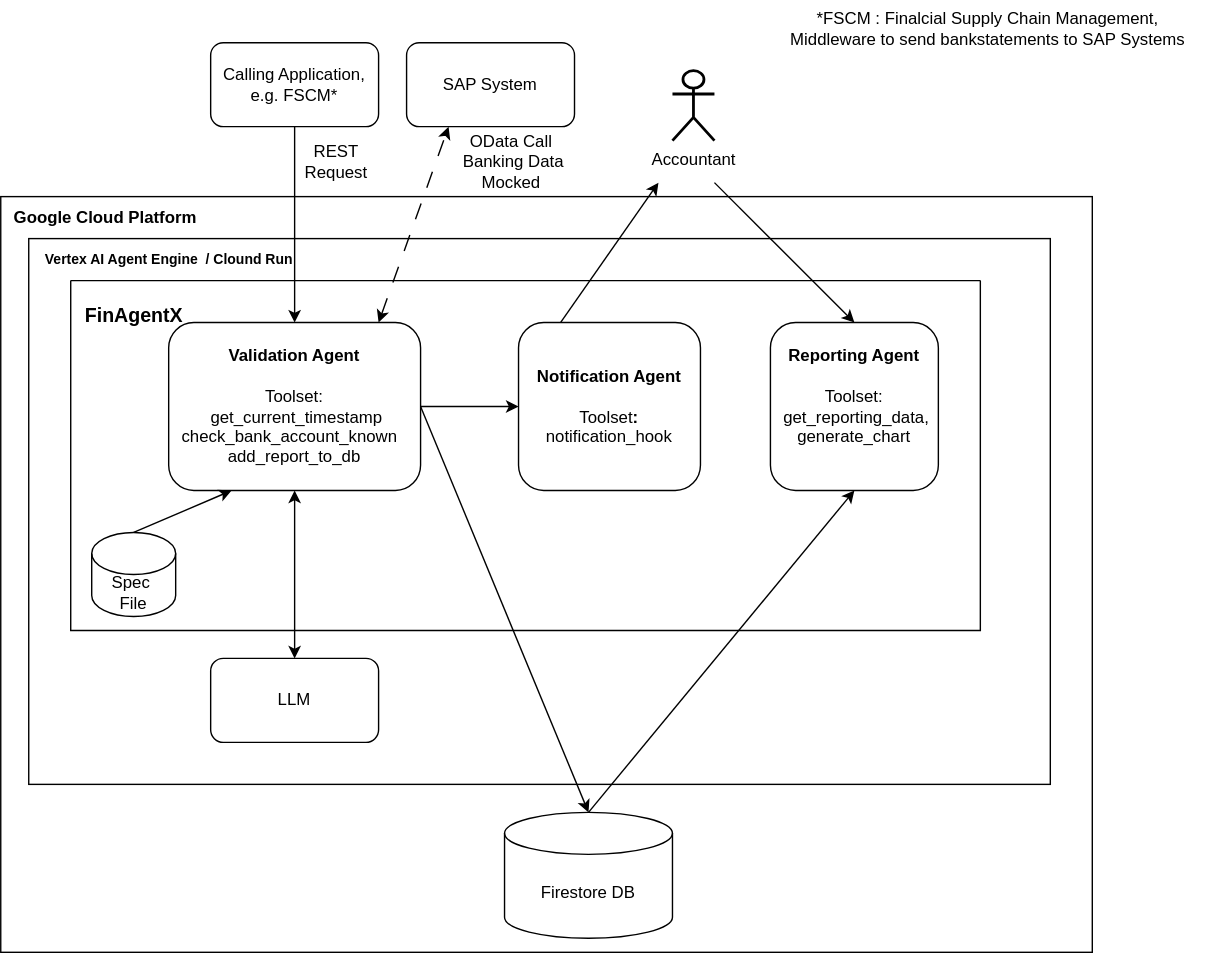
Above: Files/BlockDiagram_vertex.svg in SampathkumarSubramaniam/FinAgentX (draw.io), before the change. Source tidied: cells renumbered, new cells last; positions are measured from the earlier drawing's top-left corner, leaving out a move shared by most shapes.
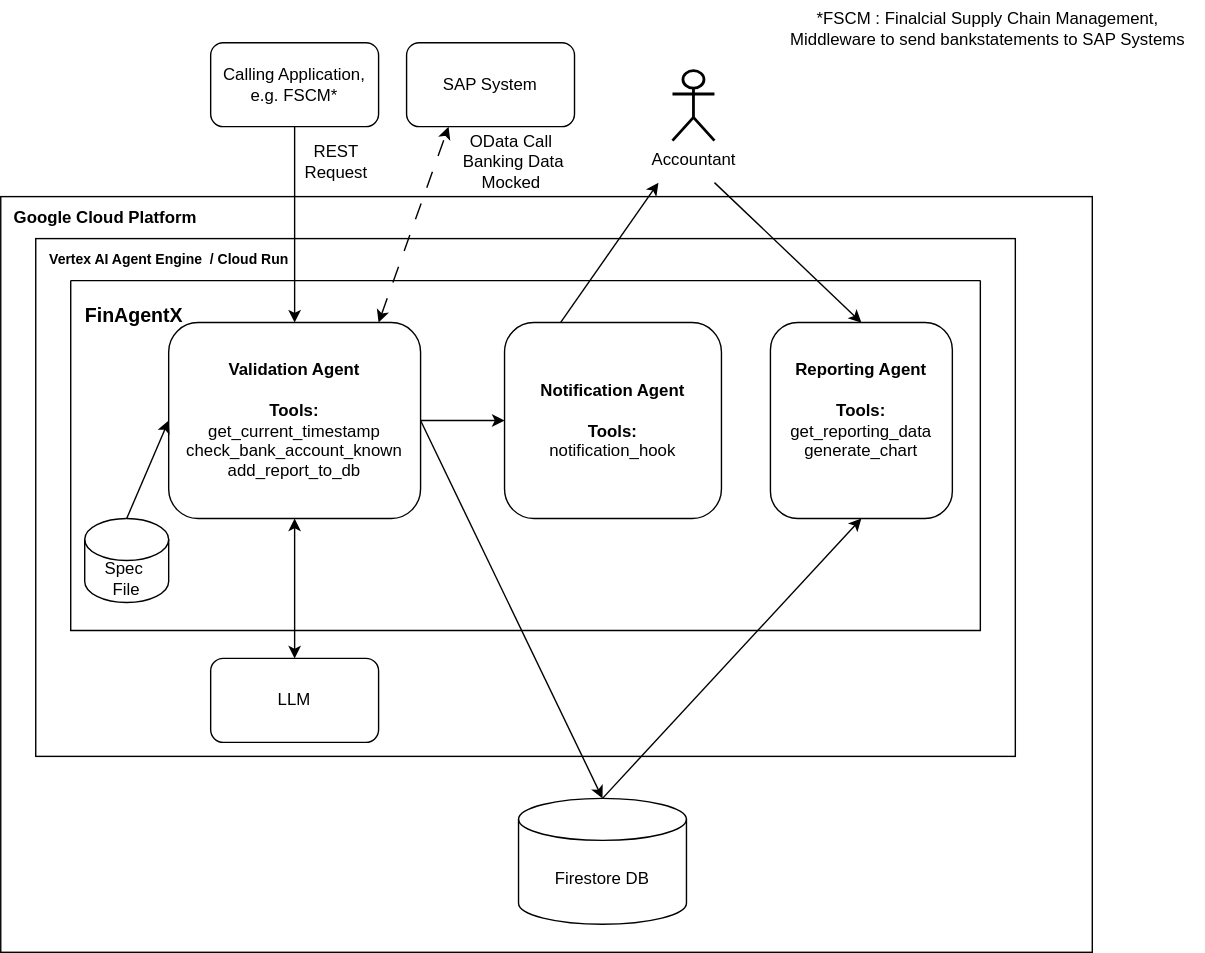
Later version of the same file.

The edit, as a diff of the source:
```diff
@@ -5,14 +5,14 @@
     <mxCell id="2" style="rounded=0;whiteSpace=wrap;html=1;" parent="1" vertex="1">
       <mxGeometry y="140" width="780" height="540" as="geometry" />
     </mxCell>
-    <mxCell id="3" style="rounded=0;whiteSpace=wrap;html=1;" parent="1" vertex="1">
-      <mxGeometry x="20" y="170" width="730" height="390" as="geometry" />
-    </mxCell>
+    <mxCell id="29" style="rounded=0;whiteSpace=wrap;html=1;" parent="1" vertex="1">
+      <mxGeometry x="25" y="170" width="700" height="370" as="geometry" />
+    </mxCell>
     <mxCell id="4" value="Calling Application, e.g. FSCM*" style="rounded=1;whiteSpace=wrap;html=1;" parent="1" vertex="1">
       <mxGeometry x="150" y="30" width="120" height="60" as="geometry" />
     </mxCell>
-    <mxCell id="5" value="&lt;b&gt;Validation Agent&lt;/b&gt;&lt;div&gt;&lt;br&gt;&lt;/div&gt;&lt;div&gt;Toolset:&lt;/div&gt;&lt;div&gt;&lt;span&gt;&amp;nbsp;get_current_timestamp&lt;/span&gt;&lt;br&gt;&lt;/div&gt;&lt;div&gt;&lt;span&gt;&lt;span&gt;check_bank_account_known&amp;nbsp;&amp;nbsp;&lt;/span&gt;&lt;/span&gt;&lt;/div&gt;&lt;div&gt;&lt;span style=&quot;background-color: initial;&quot;&gt;add_report_to_db&lt;/span&gt;&lt;/div&gt;&lt;div&gt;&lt;span&gt;&lt;span&gt;&lt;i style=&quot;height: 1px; width: 1px; opacity: 0.001;&quot;&gt;&lt;/i&gt;&lt;/span&gt;&lt;/span&gt;&lt;/div&gt;" style="rounded=1;whiteSpace=wrap;html=1;" parent="1" vertex="1">
-      <mxGeometry x="120" y="230" width="180" height="120" as="geometry" />
+    <mxCell id="5" value="&lt;b&gt;Validation Agent&lt;/b&gt;&lt;div&gt;&lt;b&gt;&lt;br&gt;&lt;/b&gt;&lt;/div&gt;&lt;div&gt;&lt;b&gt;Tools:&lt;/b&gt;&lt;/div&gt;&lt;div&gt;&lt;span&gt;get_current_timestamp&lt;/span&gt;&lt;b&gt;&lt;br&gt;&lt;/b&gt;&lt;/div&gt;&lt;div&gt;&lt;span&gt;check_bank_account_known&lt;/span&gt;&lt;br&gt;&lt;/div&gt;&lt;div&gt;&lt;span&gt;&lt;span&gt;add_report_to_db&lt;/span&gt;&lt;br&gt;&lt;/span&gt;&lt;/div&gt;" style="rounded=1;whiteSpace=wrap;html=1;" parent="1" vertex="1">
+      <mxGeometry x="120" y="230" width="180" height="140" as="geometry" />
     </mxCell>
     <mxCell id="6" value="REST Request" style="text;html=1;align=center;verticalAlign=middle;whiteSpace=wrap;rounded=0;" parent="1" vertex="1">
       <mxGeometry x="210" y="100" width="60" height="30" as="geometry" />
@@ -34,14 +34,11 @@
     <mxCell id="11" style="endArrow=classic;startArrow=classic;html=1;rounded=0;entryX=0.5;entryY=1;entryDx=0;entryDy=0;exitX=0.5;exitY=0;exitDx=0;exitDy=0;" parent="1" edge="1" source="10" target="5">
       <mxGeometry relative="1" as="geometry" />
     </mxCell>
-    <mxCell id="12" style="endArrow=classic;html=1;rounded=0;exitX=0.5;exitY=0;exitDx=0;exitDy=0;exitPerimeter=0;entryX=0.25;entryY=1;entryDx=0;entryDy=0;" parent="1" edge="1" source="21" target="5">
-      <mxGeometry relative="1" as="geometry" />
-    </mxCell>
     <mxCell id="13" style="endArrow=classic;html=1;rounded=0;exitX=1;exitY=0.5;exitDx=0;exitDy=0;entryX=0.5;entryY=0;entryDx=0;entryDy=0;entryPerimeter=0;" parent="1" edge="1" source="5" target="24">
       <mxGeometry relative="1" as="geometry" />
     </mxCell>
-    <mxCell id="14" value="&lt;b&gt;Reporting Agent&lt;/b&gt;&lt;div&gt;&lt;b&gt;&lt;br&gt;&lt;/b&gt;&lt;/div&gt;&lt;div&gt;Toolset:&lt;/div&gt;&lt;div&gt;&lt;span&gt;&amp;nbsp;get_reporting_data,&lt;/span&gt;&lt;/div&gt;&lt;div&gt;&lt;span&gt;generate_chart&lt;/span&gt;&lt;br&gt;&lt;/div&gt;&lt;div&gt;&lt;br&gt;&lt;/div&gt;" style="rounded=1;whiteSpace=wrap;html=1;" parent="1" vertex="1">
-      <mxGeometry x="550" y="230" width="120" height="120" as="geometry" />
+    <mxCell id="14" value="&lt;b&gt;Reporting Agent&lt;/b&gt;&lt;div&gt;&lt;b&gt;&lt;br&gt;&lt;/b&gt;&lt;/div&gt;&lt;div&gt;&lt;b&gt;Tools:&lt;/b&gt;&lt;/div&gt;&lt;div&gt;get_reporting_data&lt;b&gt;&lt;br&gt;&lt;/b&gt;&lt;/div&gt;&lt;div&gt;&lt;div&gt;&lt;span&gt;generate_chart&lt;/span&gt;&lt;b&gt;&lt;br&gt;&lt;/b&gt;&lt;/div&gt;&lt;/div&gt;&lt;div&gt;&lt;span&gt;&lt;br&gt;&lt;/span&gt;&lt;/div&gt;" style="rounded=1;whiteSpace=wrap;html=1;" parent="1" vertex="1">
+      <mxGeometry x="550" y="230" width="130" height="140" as="geometry" />
     </mxCell>
     <mxCell id="15" style="endArrow=classic;html=1;rounded=0;entryX=0.5;entryY=1;entryDx=0;entryDy=0;exitX=0.5;exitY=0;exitDx=0;exitDy=0;exitPerimeter=0;" parent="1" edge="1" source="24" target="14">
       <mxGeometry relative="1" as="geometry" />
@@ -60,6 +57,9 @@
         <mxPoint x="470" y="130" as="targetPoint" />
       </mxGeometry>
     </mxCell>
+    <mxCell id="22" style="endArrow=classic;html=1;rounded=0;exitX=1;exitY=0.5;exitDx=0;exitDy=0;entryX=0;entryY=0.5;entryDx=0;entryDy=0;" parent="1" edge="1" source="5" target="23">
+      <mxGeometry relative="1" as="geometry" />
+    </mxCell>
     <mxCell id="19" style="swimlane;startSize=0;" parent="1" vertex="1">
       <mxGeometry x="50" y="200" width="650" height="250" as="geometry" />
     </mxCell>
@@ -67,24 +67,24 @@
       <mxGeometry y="10" width="90" height="30" as="geometry" />
     </mxCell>
     <mxCell id="21" value="Spec&amp;nbsp;&lt;div&gt;File&lt;/div&gt;" style="shape=cylinder3;whiteSpace=wrap;html=1;boundedLbl=1;backgroundOutline=1;size=15;" parent="19" vertex="1">
-      <mxGeometry x="15" y="180" width="60" height="60" as="geometry" />
+      <mxGeometry x="10" y="170" width="60" height="60" as="geometry" />
     </mxCell>
-    <mxCell id="22" style="endArrow=classic;html=1;rounded=0;entryX=0;entryY=0.5;entryDx=0;entryDy=0;" parent="19" edge="1" target="23">
-      <mxGeometry relative="1" as="geometry">
-        <mxPoint x="250" y="90" as="sourcePoint" />
-      </mxGeometry>
-    </mxCell>
+    <mxCell id="30" style="endArrow=classic;html=1;rounded=0;entryX=0;entryY=0.5;entryDx=0;entryDy=0;" parent="19" edge="1" target="5">
+      <mxGeometry relative="1" as="geometry">
+        <mxPoint x="40" y="170" as="sourcePoint" />
+      </mxGeometry>
+    </mxCell>
-    <mxCell id="23" value="&lt;b&gt;Notification Agent&lt;/b&gt;&lt;div&gt;&lt;b&gt;&lt;br&gt;&lt;/b&gt;&lt;/div&gt;&lt;div&gt;Toolset&lt;b&gt;:&lt;/b&gt;&lt;/div&gt;&lt;div&gt;&lt;span&gt;notification_hook&lt;/span&gt;&lt;b&gt;&lt;br&gt;&lt;/b&gt;&lt;/div&gt;" style="rounded=1;whiteSpace=wrap;html=1;" parent="19" vertex="1">
-      <mxGeometry x="320" y="30" width="130" height="120" as="geometry" />
+    <mxCell id="23" value="&lt;b&gt;Notification Agent&lt;/b&gt;&lt;div&gt;&lt;b&gt;&lt;br&gt;&lt;/b&gt;&lt;/div&gt;&lt;div&gt;&lt;b&gt;Tools:&lt;/b&gt;&lt;/div&gt;&lt;div&gt;&lt;span style=&quot;background-color: initial;&quot;&gt;notification_hook&lt;/span&gt;&lt;br&gt;&lt;/div&gt;" style="rounded=1;whiteSpace=wrap;html=1;" parent="19" vertex="1">
+      <mxGeometry x="310" y="30" width="155" height="140" as="geometry" />
     </mxCell>
     <mxCell id="24" value="Firestore DB" style="shape=cylinder3;whiteSpace=wrap;html=1;boundedLbl=1;backgroundOutline=1;size=15;" parent="1" vertex="1">
-      <mxGeometry x="360" y="580" width="120" height="90" as="geometry" />
+      <mxGeometry x="370" y="570" width="120" height="90" as="geometry" />
     </mxCell>
     <mxCell id="25" value="*FSCM : Finalcial Supply Chain Management,&lt;div&gt;Middleware to send bankstatements to SAP Systems&lt;/div&gt;" style="text;html=1;align=center;verticalAlign=middle;strokeColor=none;fillColor=none;" parent="1" vertex="1">
       <mxGeometry x="550" width="310" height="40" as="geometry" />
     </mxCell>
-    <mxCell id="26" value="&lt;font style=&quot;font-size: 10px;&quot;&gt;&lt;b style=&quot;&quot;&gt;Vertex AI Agent Engine&amp;nbsp; / Clound Run&lt;/b&gt;&lt;/font&gt;" style="text;html=1;align=center;verticalAlign=middle;strokeColor=none;fillColor=none;" parent="1" vertex="1">
-      <mxGeometry x="20" y="170" width="200" height="30" as="geometry" />
+    <mxCell id="26" value="&lt;font style=&quot;font-size: 10px;&quot;&gt;&lt;b style=&quot;&quot;&gt;Vertex AI Agent Engine&amp;nbsp; / Cloud Run&lt;/b&gt;&lt;/font&gt;" style="text;html=1;align=center;verticalAlign=middle;strokeColor=none;fillColor=none;" parent="1" vertex="1">
+      <mxGeometry x="25" y="170" width="190" height="30" as="geometry" />
     </mxCell>
     <mxCell id="27" style="endArrow=classic;html=1;rounded=0;entryX=0.5;entryY=0;entryDx=0;entryDy=0;" parent="1" edge="1" target="5">
       <mxGeometry relative="1" as="geometry">
```
